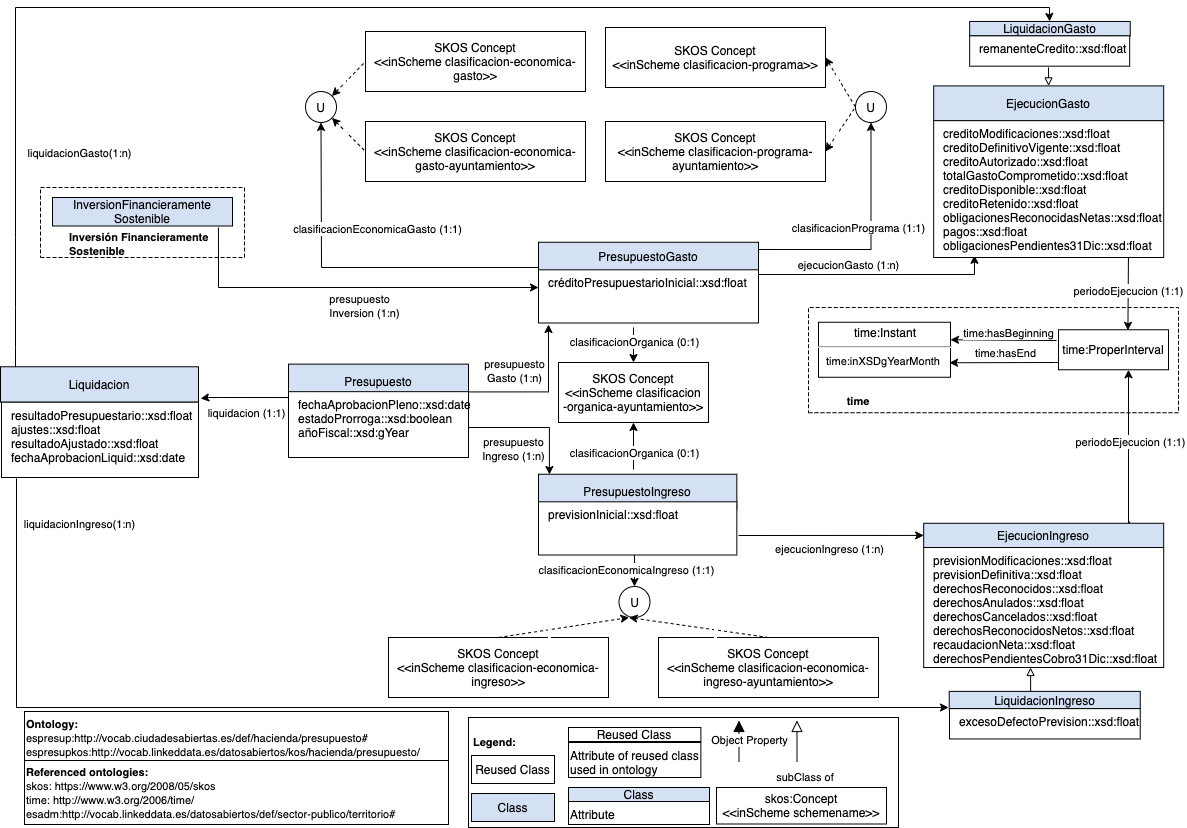
The draw.io diagram OnToology/ontology/presupuesto.owl/documentation/resources/images/modeloConceptual.png in CiudadesAbiertas/vocab-hacienda-presupuesto, before a commit. Source tidied: cells renumbered, new cells last; positions are measured from the earlier drawing's top-left corner, leaving out a move shared by most shapes.
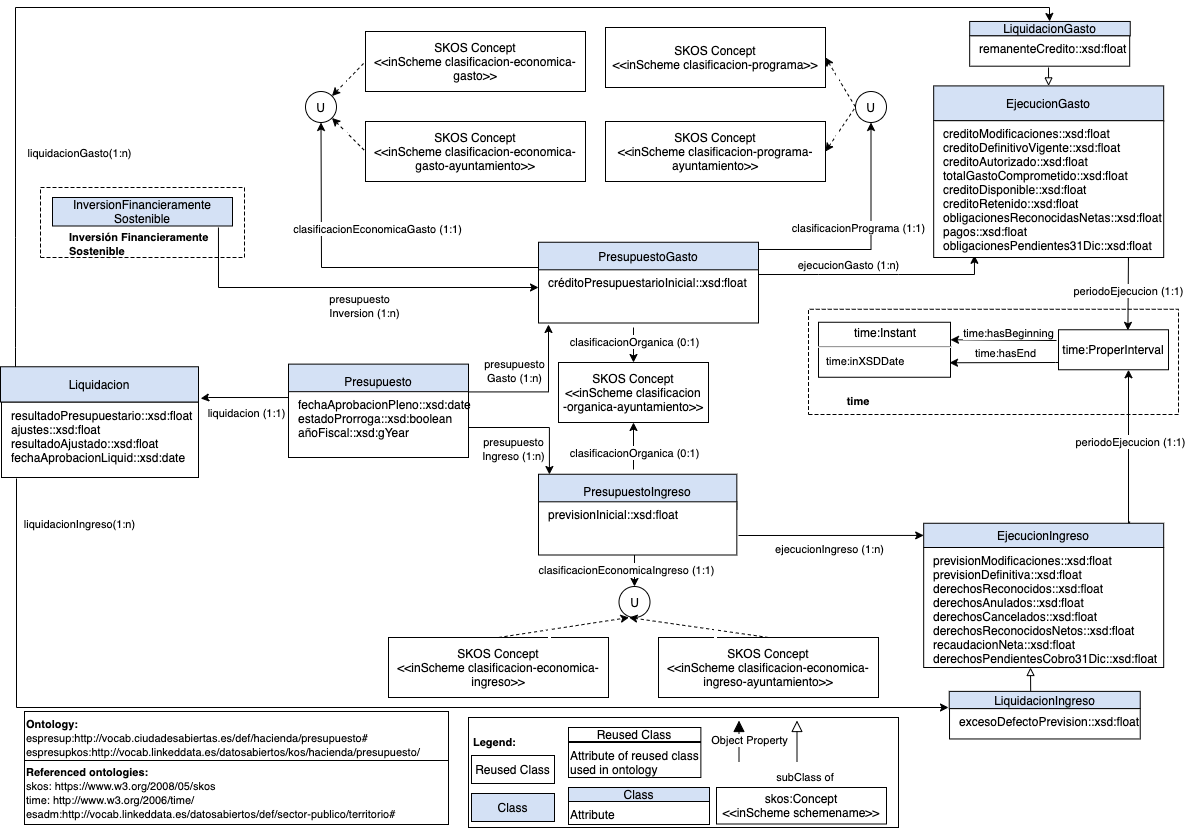
After the change.

Change to the diagram source:
```diff
@@ -265,14 +265,14 @@
         <mxPoint x="1048" y="60" as="targetPoint" />
       </mxGeometry>
     </mxCell>
-    <mxCell id="66" value="&lt;p style=&quot;margin: 4px 0px 0px ; text-align: center&quot;&gt;time:Instant&lt;/p&gt;&lt;hr&gt;&lt;p style=&quot;margin: 0px ; margin-left: 8px&quot;&gt;&lt;font style=&quot;font-size: 11px&quot;&gt;time:inXSDgYearMonth&lt;/font&gt;&lt;/p&gt;" style="verticalAlign=top;align=left;overflow=fill;fontSize=12;fontFamily=Helvetica;html=1;" parent="1" vertex="1">
+    <mxCell id="66" value="&lt;p style=&quot;margin: 4px 0px 0px ; text-align: center&quot;&gt;time:Instant&lt;/p&gt;&lt;hr&gt;&lt;p style=&quot;margin: 0px ; margin-left: 8px&quot;&gt;&lt;font style=&quot;font-size: 11px&quot;&gt;time:inXSDDate&lt;/font&gt;&lt;/p&gt;" style="verticalAlign=top;align=left;overflow=fill;fontSize=12;fontFamily=Helvetica;html=1;" parent="1" vertex="1">
       <mxGeometry x="818" y="314.8" width="132" height="55" as="geometry" />
     </mxCell>
     <mxCell id="67" value="&lt;font style=&quot;font-size: 12px ; color: rgb(0 , 0 , 0) ; direction: ltr ; letter-spacing: 0px ; line-height: 120% ; opacity: 1&quot;&gt;time:ProperInterval&lt;br&gt;&lt;/font&gt;" style="verticalAlign=middle;align=center;vsdxID=42;fillColor=#FFFFFF;gradientColor=none;shape=(stored shape, 160 characters);labelBackgroundColor=none;rounded=0;html=1;whiteSpace=wrap;" parent="1" vertex="1">
       <mxGeometry x="1058" y="322.3" width="110" height="40" as="geometry" />
     </mxCell>
     <mxCell id="68" style="vsdxID=510;fillColor=none;gradientColor=none;shape=(stored shape, 160 characters);dashed=1;dashPattern=4.00 2.00;labelBackgroundColor=none;rounded=0;html=1;whiteSpace=wrap;" parent="1" vertex="1">
-      <mxGeometry x="808" y="300" width="370" height="105.2" as="geometry" />
+      <mxGeometry x="808" y="301.8" width="370" height="105.2" as="geometry" />
     </mxCell>
     <mxCell id="69" value="&lt;font style=&quot;font-size: 11px ; color: rgb(0 , 0 , 0) ; direction: ltr ; letter-spacing: 0px ; line-height: 120% ; opacity: 1&quot;&gt;&lt;b&gt;time&lt;br&gt;&lt;/b&gt;&lt;/font&gt;" style="verticalAlign=middle;align=center;vsdxID=511;fillColor=none;gradientColor=none;shape=(stored shape, 160 characters);strokeColor=none;labelBackgroundColor=none;rounded=0;html=1;whiteSpace=wrap;" parent="1" vertex="1">
       <mxGeometry x="818" y="379" width="80" height="28" as="geometry" />
```
